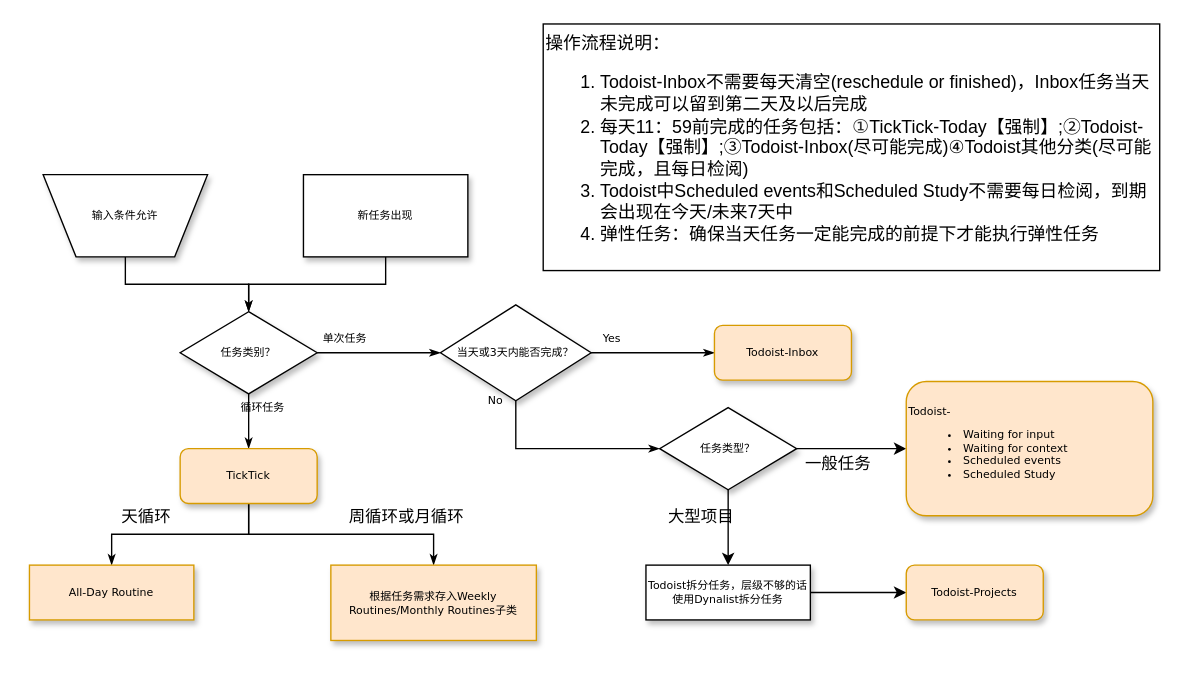
Above: Untitled Diagram.drawio in jory18/jory18.github.io (draw.io), before the change. Source tidied: cells renumbered, new cells numbered last; positions are measured from the earlier drawing's top-left corner, leaving out a move shared by most shapes. Both pictures are drawn from the tidied source at 137%, with x=0, y=0 at pixel (29, 23).
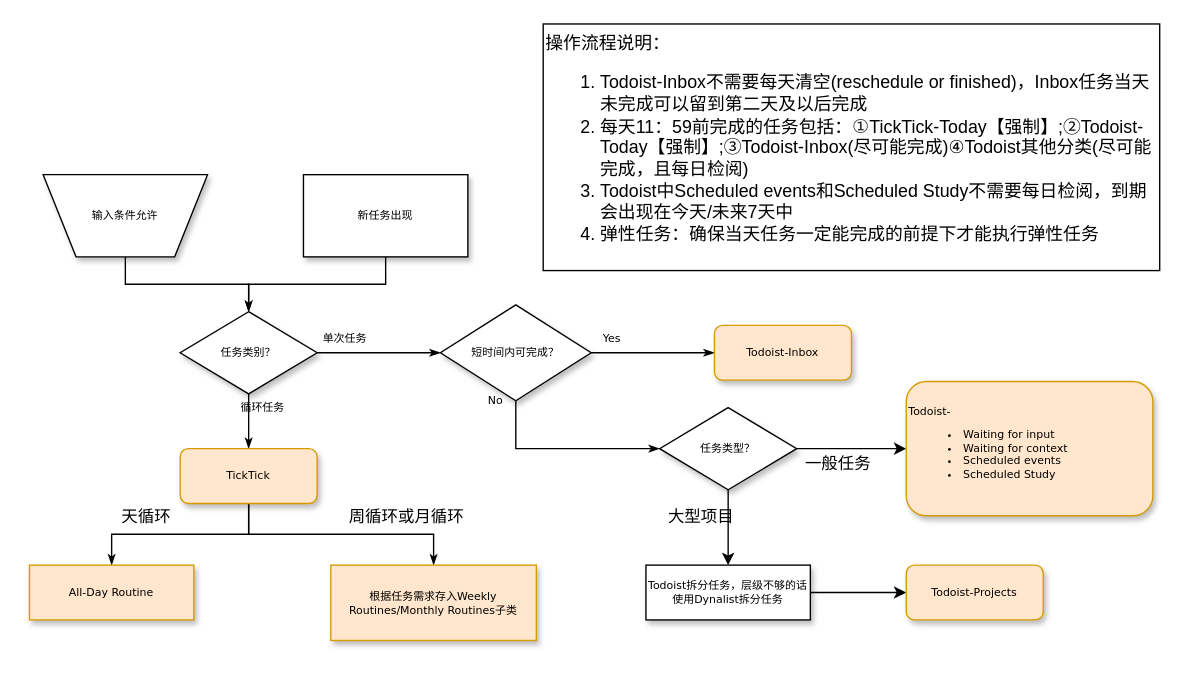
After the change.

Change to the diagram source:
```diff
@@
-    <mxCell id="11" value="当天或3天内能否完成？" style="rhombus;whiteSpace=wrap;html=1;rounded=0;shadow=1;labelBackgroundColor=none;strokeColor=#000000;strokeWidth=1;fillColor=#ffffff;fontFamily=Verdana;fontSize=8;fontColor=#000000;align=center;" parent="1" vertex="1">
+    <mxCell id="11" value="短时间内可完成？" style="rhombus;whiteSpace=wrap;html=1;rounded=0;shadow=1;labelBackgroundColor=none;strokeColor=#000000;strokeWidth=1;fillColor=#ffffff;fontFamily=Verdana;fontSize=8;fontColor=#000000;align=center;" parent="1" vertex="1">
       <mxGeometry x="300" y="205" width="110" height="70" as="geometry" />
     </mxCell>
```
